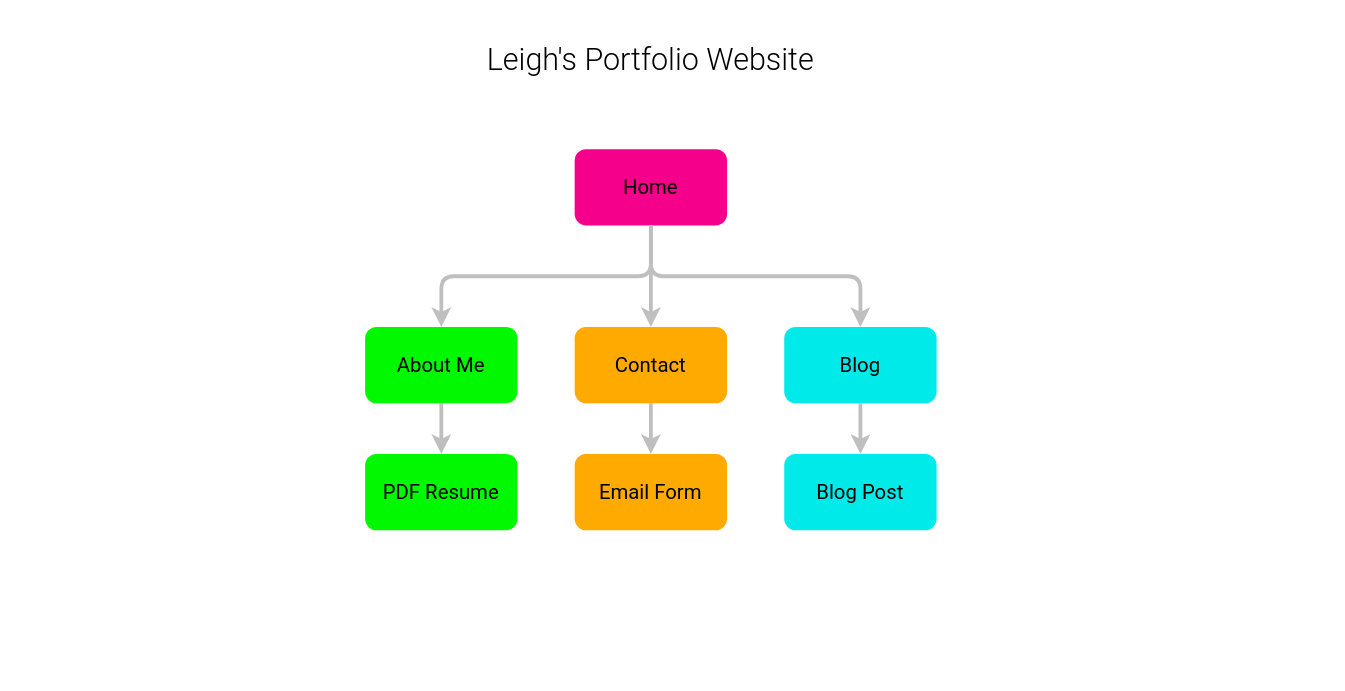
leighpoulier/portfolio keeps this draw.io diagram as assets/sitemap/sitemapv2.drawio. Above is the earlier version. Source tidied: cells renumbered, new cells numbered last; positions are measured from the earlier drawing's top-left corner, leaving out a move shared by most shapes. Both pictures are drawn from the tidied source at 127%, with x=0, y=0 at pixel (364, 22).
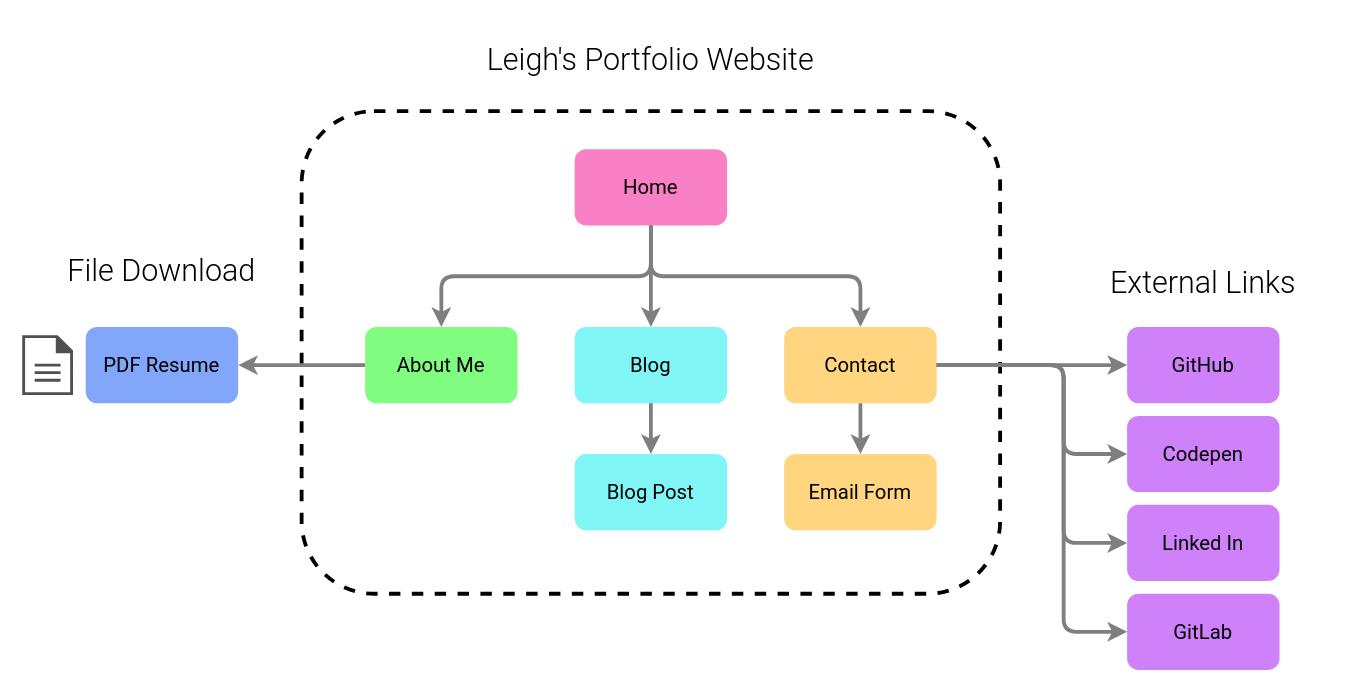
Above is the later version.

Change to the diagram source:
```diff
@@
+    <mxCell id="16" style="rounded=1;whiteSpace=wrap;html=1;fontFamily=Roboto Light;fontSize=24;align=center;verticalAlign=middle;fillColor=none;dashed=1;strokeWidth=3;" parent="1" vertex="1">
+      <mxGeometry x="-50" y="70" width="550" height="380" as="geometry" />
+    </mxCell>
-    <mxCell id="2" value="Home" style="rounded=1;whiteSpace=wrap;html=1;fontFamily=Roboto;fillColor=#F5008A;strokeColor=none;fontSize=16;fontStyle=0;" parent="1" vertex="1">
+    <mxCell id="2" value="Home" style="rounded=1;whiteSpace=wrap;html=1;fontFamily=Roboto;strokeColor=none;fontSize=16;fontStyle=0;fillColor=#F5008A7F;" parent="1" vertex="1">
       <mxGeometry x="165" y="100" width="120" height="60" as="geometry" />
     </mxCell>
-    <mxCell id="3" style="edgeStyle=orthogonalEdgeStyle;rounded=0;jettySize=auto;html=1;fillColor=#d5e8d4;exitX=0.5;exitY=1;exitDx=0;exitDy=0;fontFamily=Roboto Medium;strokeWidth=3;strokeColor=#BFBFBF;" parent="1" edge="1" source="4" target="15">
+    <mxCell id="3" style="edgeStyle=orthogonalEdgeStyle;rounded=1;jettySize=auto;html=1;fillColor=#d5e8d4;exitX=0;exitY=0.5;exitDx=0;exitDy=0;fontFamily=Roboto Medium;strokeWidth=3;strokeColor=#7F7F7F;" parent="1" edge="1" source="4" target="15">
       <mxGeometry relative="1" as="geometry" />
     </mxCell>
-    <mxCell id="4" value="About Me" style="rounded=1;whiteSpace=wrap;html=1;fontFamily=Roboto;fillColor=#00F800;strokeColor=none;fontSize=16;fontStyle=0;" parent="1" vertex="1">
+    <mxCell id="4" value="About Me" style="rounded=1;whiteSpace=wrap;html=1;fontFamily=Roboto;strokeColor=none;fontSize=16;fontStyle=0;fillColor=#00F8007F;" parent="1" vertex="1">
       <mxGeometry y="240" width="120" height="60" as="geometry" />
     </mxCell>
-    <mxCell id="5" style="endArrow=classic;html=1;exitX=0.5;exitY=1;exitDx=0;exitDy=0;entryX=0.5;entryY=0;entryDx=0;entryDy=0;fillColor=#dae8fc;fontFamily=Roboto Medium;strokeWidth=3;strokeColor=#BFBFBF;" parent="1" edge="1" source="2" target="4">
+    <mxCell id="5" style="endArrow=classic;html=1;exitX=0.5;exitY=1;exitDx=0;exitDy=0;entryX=0.5;entryY=0;entryDx=0;entryDy=0;fillColor=#dae8fc;fontFamily=Roboto Medium;strokeWidth=3;strokeColor=#7F7F7F;" parent="1" edge="1" source="2" target="4">
       <mxGeometry relative="1" as="geometry">
         <Array as="points">
           <mxPoint x="225" y="200" />
           <mxPoint x="60" y="200" />
         </Array>
       </mxGeometry>
     </mxCell>
-    <mxCell id="6" style="edgeStyle=orthogonalEdgeStyle;rounded=0;jettySize=auto;html=1;fillColor=#dae8fc;fontFamily=Roboto Medium;strokeWidth=3;strokeColor=#BFBFBF;" parent="1" edge="1" source="7" target="14">
+    <mxCell id="6" style="edgeStyle=orthogonalEdgeStyle;rounded=0;jettySize=auto;html=1;fillColor=#dae8fc;fontFamily=Roboto Medium;strokeWidth=3;strokeColor=#7F7F7F;" parent="1" edge="1" source="7" target="14">
       <mxGeometry relative="1" as="geometry" />
     </mxCell>
+    <mxCell id="17" style="endArrow=classic;html=1;exitX=1;exitY=0.5;exitDx=0;exitDy=0;entryX=0;entryY=0.5;entryDx=0;entryDy=0;fillColor=#dae8fc;fontFamily=Roboto Medium;strokeWidth=3;edgeStyle=orthogonalEdgeStyle;strokeColor=#7F7F7F;" parent="1" edge="1" source="7" target="19">
+      <mxGeometry relative="1" as="geometry" />
+    </mxCell>
-    <mxCell id="7" value="Contact" style="rounded=1;whiteSpace=wrap;html=1;fontFamily=Roboto;fillColor=#FFAA00;strokeColor=none;fontSize=16;fontStyle=0;" parent="1" vertex="1">
-      <mxGeometry x="165" y="240" width="120" height="60" as="geometry" />
+    <mxCell id="7" value="Contact" style="rounded=1;whiteSpace=wrap;html=1;fontFamily=Roboto;strokeColor=none;fontSize=16;fontStyle=0;fillColor=#FFAA007F;" parent="1" vertex="1">
+      <mxGeometry x="330" y="240" width="120" height="60" as="geometry" />
     </mxCell>
-    <mxCell id="8" value="Blog" style="rounded=1;whiteSpace=wrap;html=1;fontFamily=Roboto;fillColor=#00EAEA;strokeColor=none;fontSize=16;fontStyle=0;" parent="1" vertex="1">
-      <mxGeometry x="330" y="240" width="120" height="60" as="geometry" />
+    <mxCell id="8" value="Blog" style="rounded=1;whiteSpace=wrap;html=1;fontFamily=Roboto;strokeColor=none;fontSize=16;fontStyle=0;fillColor=#00EAEA7F;" parent="1" vertex="1">
+      <mxGeometry x="165" y="240" width="120" height="60" as="geometry" />
     </mxCell>
-    <mxCell id="9" style="endArrow=classic;html=1;exitX=0.5;exitY=1;exitDx=0;exitDy=0;entryX=0.5;entryY=0;entryDx=0;entryDy=0;fillColor=#dae8fc;fontFamily=Roboto Medium;strokeWidth=3;strokeColor=#BFBFBF;" parent="1" edge="1" source="2" target="7">
-      <mxGeometry relative="1" as="geometry" />
+    <mxCell id="9" style="endArrow=classic;html=1;exitX=0.5;exitY=1;exitDx=0;exitDy=0;entryX=0.5;entryY=0;entryDx=0;entryDy=0;fillColor=#dae8fc;fontFamily=Roboto Medium;strokeWidth=3;strokeColor=#7F7F7F;" parent="1" edge="1" source="2" target="7">
+      <mxGeometry relative="1" as="geometry">
+        <Array as="points">
+          <mxPoint x="225" y="200" />
+          <mxPoint x="390" y="200" />
+        </Array>
+      </mxGeometry>
     </mxCell>
-    <mxCell id="10" style="endArrow=classic;html=1;exitX=0.5;exitY=1;exitDx=0;exitDy=0;entryX=0.5;entryY=0;entryDx=0;entryDy=0;fillColor=#dae8fc;fontFamily=Roboto Medium;strokeWidth=3;strokeColor=#BFBFBF;" parent="1" edge="1" source="2" target="8">
-      <mxGeometry relative="1" as="geometry">
-        <Array as="points">
-          <mxPoint x="225" y="200" />
-          <mxPoint x="390" y="200" />
-        </Array>
-      </mxGeometry>
+    <mxCell id="10" style="endArrow=classic;html=1;exitX=0.5;exitY=1;exitDx=0;exitDy=0;entryX=0.5;entryY=0;entryDx=0;entryDy=0;fillColor=#dae8fc;fontFamily=Roboto Medium;strokeWidth=3;strokeColor=#7F7F7F;" parent="1" edge="1" source="2" target="8">
+      <mxGeometry relative="1" as="geometry" />
     </mxCell>
-    <mxCell id="11" value="Blog Post" style="rounded=1;whiteSpace=wrap;html=1;fontFamily=Roboto;fillColor=#00EAEA;strokeColor=none;fontSize=16;fontStyle=0;" parent="1" vertex="1">
-      <mxGeometry x="330" y="340" width="120" height="60" as="geometry" />
+    <mxCell id="11" value="Blog Post" style="rounded=1;whiteSpace=wrap;html=1;fontFamily=Roboto;strokeColor=none;fontSize=16;fontStyle=0;fillColor=#00EAEA7F;" parent="1" vertex="1">
+      <mxGeometry x="165" y="340" width="120" height="60" as="geometry" />
     </mxCell>
-    <mxCell id="12" style="endArrow=classic;html=1;exitX=0.5;exitY=1;exitDx=0;exitDy=0;entryX=0.5;entryY=0;entryDx=0;entryDy=0;fillColor=#dae8fc;fontFamily=Roboto Medium;strokeWidth=3;strokeColor=#BFBFBF;" parent="1" edge="1" source="8" target="11">
+    <mxCell id="12" style="endArrow=classic;html=1;exitX=0.5;exitY=1;exitDx=0;exitDy=0;entryX=0.5;entryY=0;entryDx=0;entryDy=0;fillColor=#dae8fc;fontFamily=Roboto Medium;strokeWidth=3;strokeColor=#7F7F7F;" parent="1" edge="1" source="8" target="11">
       <mxGeometry relative="1" as="geometry" />
     </mxCell>
@@
-    <mxCell id="14" value="Email Form" style="rounded=1;whiteSpace=wrap;html=1;fontFamily=Roboto;fillColor=#FFAA00;strokeColor=none;fontSize=16;fontStyle=0;" parent="1" vertex="1">
-      <mxGeometry x="165" y="340" width="120" height="60" as="geometry" />
+    <mxCell id="14" value="Email Form" style="rounded=1;whiteSpace=wrap;html=1;fontFamily=Roboto;strokeColor=none;fontSize=16;fontStyle=0;fillColor=#FFAA007F;" parent="1" vertex="1">
+      <mxGeometry x="330" y="340" width="120" height="60" as="geometry" />
     </mxCell>
-    <mxCell id="15" value="PDF Resume" style="rounded=1;whiteSpace=wrap;html=1;fontFamily=Roboto;fillColor=#00F800;strokeColor=none;fontSize=16;fontStyle=0;" parent="1" vertex="1">
-      <mxGeometry y="340" width="120" height="60" as="geometry" />
+    <mxCell id="15" value="PDF Resume" style="rounded=1;whiteSpace=wrap;html=1;fontFamily=Roboto;strokeColor=none;fontSize=16;fontStyle=0;fillColor=#054DF47F;" parent="1" vertex="1">
+      <mxGeometry x="-220" y="240" width="120" height="60" as="geometry" />
     </mxCell>
+    <mxCell id="18" style="shadow=0;dashed=0;html=1;strokeColor=none;fillColor=#505050;labelPosition=center;verticalLabelPosition=bottom;verticalAlign=top;align=center;shape=mxgraph.office.concepts.document;" parent="1" vertex="1">
+      <mxGeometry x="-270" y="246.5" width="40" height="47" as="geometry" />
+    </mxCell>
+    <mxCell id="19" value="GitHub" style="rounded=1;whiteSpace=wrap;html=1;fontFamily=Roboto;strokeColor=none;fontSize=16;fontStyle=0;fillColor=#9E02F47F;" parent="1" vertex="1">
+      <mxGeometry x="600" y="240" width="120" height="60" as="geometry" />
+    </mxCell>
+    <mxCell id="20" value="&lt;h1 style=&quot;font-size: 24px&quot;&gt;&lt;span style=&quot;font-weight: normal&quot;&gt;External Links&lt;/span&gt;&lt;/h1&gt;" style="text;html=1;strokeColor=none;fillColor=none;spacing=5;spacingTop=0;whiteSpace=wrap;overflow=hidden;rounded=0;fontFamily=Roboto Light;align=center;fontSize=24;fontStyle=0;verticalAlign=middle;" parent="1" vertex="1">
+      <mxGeometry x="565" y="170" width="190" height="70" as="geometry" />
+    </mxCell>
+    <mxCell id="21" style="endArrow=classic;html=1;entryX=0;entryY=0.5;entryDx=0;entryDy=0;fillColor=#dae8fc;fontFamily=Roboto Medium;strokeWidth=3;edgeStyle=orthogonalEdgeStyle;strokeColor=#7F7F7F;" parent="1" edge="1" target="22">
+      <mxGeometry relative="1" as="geometry">
+        <mxPoint x="450" y="270" as="sourcePoint" />
+        <Array as="points">
+          <mxPoint x="550" y="270" />
+          <mxPoint x="550" y="340" />
+        </Array>
+      </mxGeometry>
+    </mxCell>
+    <mxCell id="22" value="Codepen" style="rounded=1;whiteSpace=wrap;html=1;fontFamily=Roboto;strokeColor=none;fontSize=16;fontStyle=0;fillColor=#9E02F47F;" parent="1" vertex="1">
+      <mxGeometry x="600" y="310" width="120" height="60" as="geometry" />
+    </mxCell>
+    <mxCell id="23" style="endArrow=classic;html=1;entryX=0;entryY=0.5;entryDx=0;entryDy=0;fillColor=#dae8fc;fontFamily=Roboto Medium;strokeWidth=3;edgeStyle=orthogonalEdgeStyle;exitX=1;exitY=0.5;exitDx=0;exitDy=0;strokeColor=#7F7F7F;" parent="1" edge="1" source="7" target="24">
+      <mxGeometry relative="1" as="geometry">
+        <Array as="points">
+          <mxPoint x="550" y="270" />
+          <mxPoint x="550" y="410" />
+        </Array>
+      </mxGeometry>
+    </mxCell>
+    <mxCell id="24" value="Linked In" style="rounded=1;whiteSpace=wrap;html=1;fontFamily=Roboto;strokeColor=none;fontSize=16;fontStyle=0;fillColor=#9E02F47F;" parent="1" vertex="1">
+      <mxGeometry x="600" y="380" width="120" height="60" as="geometry" />
+    </mxCell>
+    <mxCell id="25" style="endArrow=classic;html=1;entryX=0;entryY=0.5;entryDx=0;entryDy=0;fillColor=#dae8fc;fontFamily=Roboto Medium;strokeWidth=3;edgeStyle=orthogonalEdgeStyle;strokeColor=#7F7F7F;" parent="1" edge="1" target="26">
+      <mxGeometry relative="1" as="geometry">
+        <mxPoint x="450" y="270" as="sourcePoint" />
+        <Array as="points">
+          <mxPoint x="550" y="270" />
+          <mxPoint x="550" y="480" />
+        </Array>
+      </mxGeometry>
+    </mxCell>
+    <mxCell id="26" value="GitLab" style="rounded=1;whiteSpace=wrap;html=1;fontFamily=Roboto;strokeColor=none;fontSize=16;fontStyle=0;fillColor=#9E02F47F;" parent="1" vertex="1">
+      <mxGeometry x="600" y="450" width="120" height="60" as="geometry" />
+    </mxCell>
+    <mxCell id="27" value="&lt;h1 style=&quot;font-size: 24px&quot;&gt;&lt;span style=&quot;font-weight: 400&quot;&gt;File Download&lt;/span&gt;&lt;/h1&gt;" style="text;html=1;strokeColor=none;fillColor=none;spacing=5;spacingTop=0;whiteSpace=wrap;overflow=hidden;rounded=0;fontFamily=Roboto Light;align=center;fontSize=24;fontStyle=0;verticalAlign=middle;" parent="1" vertex="1">
+      <mxGeometry x="-255" y="160" width="190" height="70" as="geometry" />
+    </mxCell>
```
